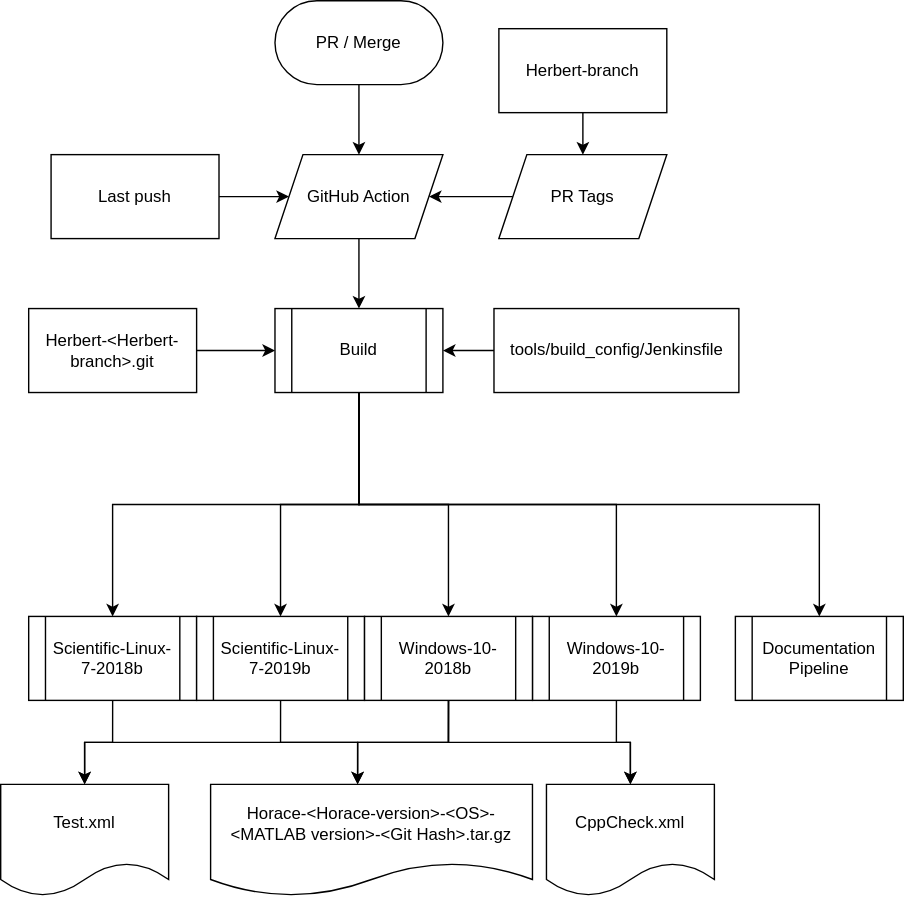
pace-neutrons/Horace keeps this draw.io diagram as documentation/smg/images/08_HoracePR.svg. Above is the earlier version. Source tidied: cells renumbered, new cells last; positions are measured from the earlier drawing's top-left corner, leaving out a move shared by most shapes.
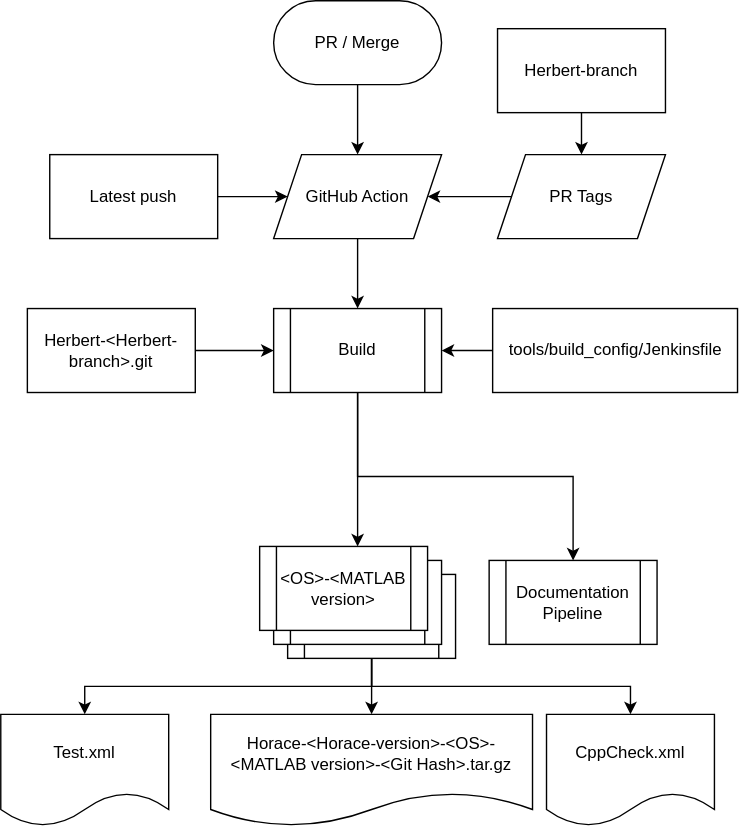
The same file after the commit.

What changed in the source:
```diff
@@ -8,39 +8,20 @@
     <mxCell id="3" value="PR / Merge" style="rounded=1;whiteSpace=wrap;html=1;arcSize=50;" parent="1" vertex="1">
       <mxGeometry x="196" width="120" height="60" as="geometry" />
     </mxCell>
-    <mxCell id="4" style="edgeStyle=orthogonalEdgeStyle;rounded=0;jettySize=auto;html=1;exitX=0.5;exitY=1;exitDx=0;exitDy=0;" parent="1" edge="1" source="5" target="18">
-      <mxGeometry relative="1" as="geometry" />
-    </mxCell>
-    <mxCell id="5" value="Scientific-Linux-7-2018b" style="shape=process;whiteSpace=wrap;html=1;backgroundOutline=1;" parent="1" vertex="1">
-      <mxGeometry x="20" y="440" width="120" height="60" as="geometry" />
-    </mxCell>
-    <mxCell id="6" style="edgeStyle=orthogonalEdgeStyle;rounded=0;jettySize=auto;html=1;exitX=0.5;exitY=1;exitDx=0;exitDy=0;" parent="1" edge="1" source="7">
-      <mxGeometry relative="1" as="geometry">
-        <mxPoint x="255.1" y="560" as="targetPoint" />
-      </mxGeometry>
-    </mxCell>
-    <mxCell id="7" value="Scientific-Linux-7-2019b" style="shape=process;whiteSpace=wrap;html=1;backgroundOutline=1;" parent="1" vertex="1">
-      <mxGeometry x="140" y="440" width="120" height="60" as="geometry" />
-    </mxCell>
+    <mxCell id="37" style="edgeStyle=orthogonalEdgeStyle;rounded=0;jettySize=auto;html=1;exitX=0.5;exitY=1;exitDx=0;exitDy=0;" parent="1" edge="1" source="9" target="18">
+      <mxGeometry relative="1" as="geometry" />
+    </mxCell>
+    <mxCell id="38" style="edgeStyle=orthogonalEdgeStyle;rounded=0;jettySize=auto;html=1;exitX=0.5;exitY=1;exitDx=0;exitDy=0;" parent="1" edge="1" source="9" target="16">
+      <mxGeometry relative="1" as="geometry" />
+    </mxCell>
     <mxCell id="8" style="edgeStyle=orthogonalEdgeStyle;rounded=0;jettySize=auto;html=1;exitX=0.5;exitY=1;exitDx=0;exitDy=0;" parent="1" edge="1" source="9" target="19">
       <mxGeometry relative="1" as="geometry" />
     </mxCell>
-    <mxCell id="9" value="Windows-10-2019b" style="shape=process;whiteSpace=wrap;html=1;backgroundOutline=1;" parent="1" vertex="1">
-      <mxGeometry x="380" y="440" width="120" height="60" as="geometry" />
+    <mxCell id="9" style="shape=process;whiteSpace=wrap;html=1;backgroundOutline=1;" parent="1" vertex="1">
+      <mxGeometry x="206" y="410" width="120" height="60" as="geometry" />
     </mxCell>
-    <mxCell id="10" style="edgeStyle=orthogonalEdgeStyle;rounded=0;jettySize=auto;html=1;exitX=0.5;exitY=1;exitDx=0;exitDy=0;" parent="1" edge="1" source="13" target="19">
-      <mxGeometry relative="1" as="geometry" />
-    </mxCell>
-    <mxCell id="11" style="edgeStyle=orthogonalEdgeStyle;rounded=0;jettySize=auto;html=1;exitX=0.5;exitY=1;exitDx=0;exitDy=0;" parent="1" edge="1" source="13">
-      <mxGeometry relative="1" as="geometry">
-        <mxPoint x="255.1" y="560" as="targetPoint" />
-      </mxGeometry>
-    </mxCell>
-    <mxCell id="12" style="edgeStyle=orthogonalEdgeStyle;rounded=0;jettySize=auto;html=1;exitX=0.5;exitY=1;exitDx=0;exitDy=0;entryX=0.5;entryY=0;entryDx=0;entryDy=0;" parent="1" edge="1" source="13" target="18">
-      <mxGeometry relative="1" as="geometry" />
-    </mxCell>
-    <mxCell id="13" value="Windows-10-2018b" style="shape=process;whiteSpace=wrap;html=1;backgroundOutline=1;" parent="1" vertex="1">
-      <mxGeometry x="260" y="440" width="120" height="60" as="geometry" />
+    <mxCell id="13" style="shape=process;whiteSpace=wrap;html=1;backgroundOutline=1;" parent="1" vertex="1">
+      <mxGeometry x="196" y="400" width="120" height="60" as="geometry" />
     </mxCell>
     <mxCell id="14" style="edgeStyle=orthogonalEdgeStyle;rounded=0;jettySize=auto;html=1;" parent="1" edge="1" source="15" target="29">
       <mxGeometry relative="1" as="geometry" />
@@ -49,16 +30,16 @@
       <mxGeometry x="196" y="110" width="120" height="60" as="geometry" />
     </mxCell>
     <mxCell id="16" value="Horace-&amp;lt;Horace-version&amp;gt;-&amp;lt;OS&amp;gt;-&amp;lt;MATLAB version&amp;gt;-&amp;lt;Git Hash&amp;gt;.tar.gz" style="shape=document;whiteSpace=wrap;html=1;boundedLbl=1;" parent="1" vertex="1">
-      <mxGeometry x="150" y="560" width="230" height="80" as="geometry" />
+      <mxGeometry x="151" y="510" width="230" height="80" as="geometry" />
     </mxCell>
     <mxCell id="17" style="shape=document;whiteSpace=wrap;html=1;boundedLbl=1;" parent="1" vertex="1">
       <mxGeometry x="20" y="240" height="50" as="geometry" />
     </mxCell>
     <mxCell id="18" value="Test.xml" style="shape=document;whiteSpace=wrap;html=1;boundedLbl=1;" parent="1" vertex="1">
-      <mxGeometry y="560" width="120" height="80" as="geometry" />
+      <mxGeometry x="1" y="510" width="120" height="80" as="geometry" />
     </mxCell>
     <mxCell id="19" value="CppCheck.xml" style="shape=document;whiteSpace=wrap;html=1;boundedLbl=1;" parent="1" vertex="1">
-      <mxGeometry x="390" y="560" width="120" height="80" as="geometry" />
+      <mxGeometry x="391" y="510" width="120" height="80" as="geometry" />
     </mxCell>
     <mxCell id="20" style="edgeStyle=orthogonalEdgeStyle;rounded=0;jettySize=auto;html=1;exitX=0;exitY=0.5;exitDx=0;exitDy=0;" parent="1" edge="1" source="21" target="15">
       <mxGeometry relative="1" as="geometry" />
@@ -69,24 +50,20 @@
     <mxCell id="22" style="edgeStyle=orthogonalEdgeStyle;rounded=0;jettySize=auto;html=1;" parent="1" edge="1" source="23" target="15">
       <mxGeometry relative="1" as="geometry" />
     </mxCell>
-    <mxCell id="23" value="Last push" style="rounded=0;whiteSpace=wrap;html=1;" parent="1" vertex="1">
+    <mxCell id="23" value="Latest push" style="rounded=0;whiteSpace=wrap;html=1;" parent="1" vertex="1">
       <mxGeometry x="36" y="110" width="120" height="60" as="geometry" />
     </mxCell>
-    <mxCell id="24" style="edgeStyle=orthogonalEdgeStyle;rounded=0;jettySize=auto;html=1;exitX=0.5;exitY=1;exitDx=0;exitDy=0;" parent="1" edge="1" source="29" target="5">
-      <mxGeometry relative="1" as="geometry" />
-    </mxCell>
+    <mxCell id="28" style="edgeStyle=orthogonalEdgeStyle;rounded=0;jettySize=auto;html=1;exitX=0.5;exitY=1;exitDx=0;exitDy=0;" parent="1" edge="1" source="29" target="32">
+      <mxGeometry relative="1" as="geometry" />
+    </mxCell>
     <mxCell id="25" style="edgeStyle=orthogonalEdgeStyle;rounded=0;jettySize=auto;html=1;exitX=0.5;exitY=1;exitDx=0;exitDy=0;" parent="1" edge="1" source="29" target="7">
-      <mxGeometry relative="1" as="geometry" />
+      <mxGeometry relative="1" as="geometry">
+        <Array as="points">
+          <mxPoint x="256" y="370" />
+          <mxPoint x="256" y="370" />
+        </Array>
+      </mxGeometry>
     </mxCell>
-    <mxCell id="26" style="edgeStyle=orthogonalEdgeStyle;rounded=0;jettySize=auto;html=1;exitX=0.5;exitY=1;exitDx=0;exitDy=0;" parent="1" edge="1" source="29" target="13">
-      <mxGeometry relative="1" as="geometry" />
-    </mxCell>
-    <mxCell id="27" style="edgeStyle=orthogonalEdgeStyle;rounded=0;jettySize=auto;html=1;exitX=0.5;exitY=1;exitDx=0;exitDy=0;" parent="1" edge="1" source="29" target="9">
-      <mxGeometry relative="1" as="geometry" />
-    </mxCell>
-    <mxCell id="28" style="edgeStyle=orthogonalEdgeStyle;rounded=0;jettySize=auto;html=1;exitX=0.5;exitY=1;exitDx=0;exitDy=0;" parent="1" edge="1" source="29" target="32">
-      <mxGeometry relative="1" as="geometry" />
-    </mxCell>
     <mxCell id="29" value="Build" style="shape=process;whiteSpace=wrap;html=1;backgroundOutline=1;" parent="1" vertex="1">
       <mxGeometry x="196" y="220" width="120" height="60" as="geometry" />
     </mxCell>
@@ -97,7 +74,7 @@
       <mxGeometry x="352.5" y="220" width="175" height="60" as="geometry" />
     </mxCell>
     <mxCell id="32" value="Documentation&lt;br&gt;Pipeline" style="shape=process;whiteSpace=wrap;html=1;backgroundOutline=1;shadow=0;sketch=0;fillColor=#ffffff;" parent="1" vertex="1">
-      <mxGeometry x="525" y="440" width="120" height="60" as="geometry" />
+      <mxGeometry x="350" y="400" width="120" height="60" as="geometry" />
     </mxCell>
     <mxCell id="33" style="edgeStyle=orthogonalEdgeStyle;rounded=0;jettySize=auto;html=1;" parent="1" edge="1" source="34" target="21">
       <mxGeometry relative="1" as="geometry" />
@@ -111,5 +88,8 @@
     <mxCell id="36" value="Herbert-&amp;lt;Herbert-branch&amp;gt;.git" style="rounded=0;whiteSpace=wrap;html=1;shadow=0;sketch=0;fillColor=#ffffff;" parent="1" vertex="1">
       <mxGeometry x="20" y="220" width="120" height="60" as="geometry" />
     </mxCell>
+    <mxCell id="7" value="&amp;lt;OS&amp;gt;-&amp;lt;MATLAB version&amp;gt;" style="shape=process;whiteSpace=wrap;html=1;backgroundOutline=1;" parent="1" vertex="1">
+      <mxGeometry x="186" y="390" width="120" height="60" as="geometry" />
+    </mxCell>
   </root>
 </mxGraphModel>
```
